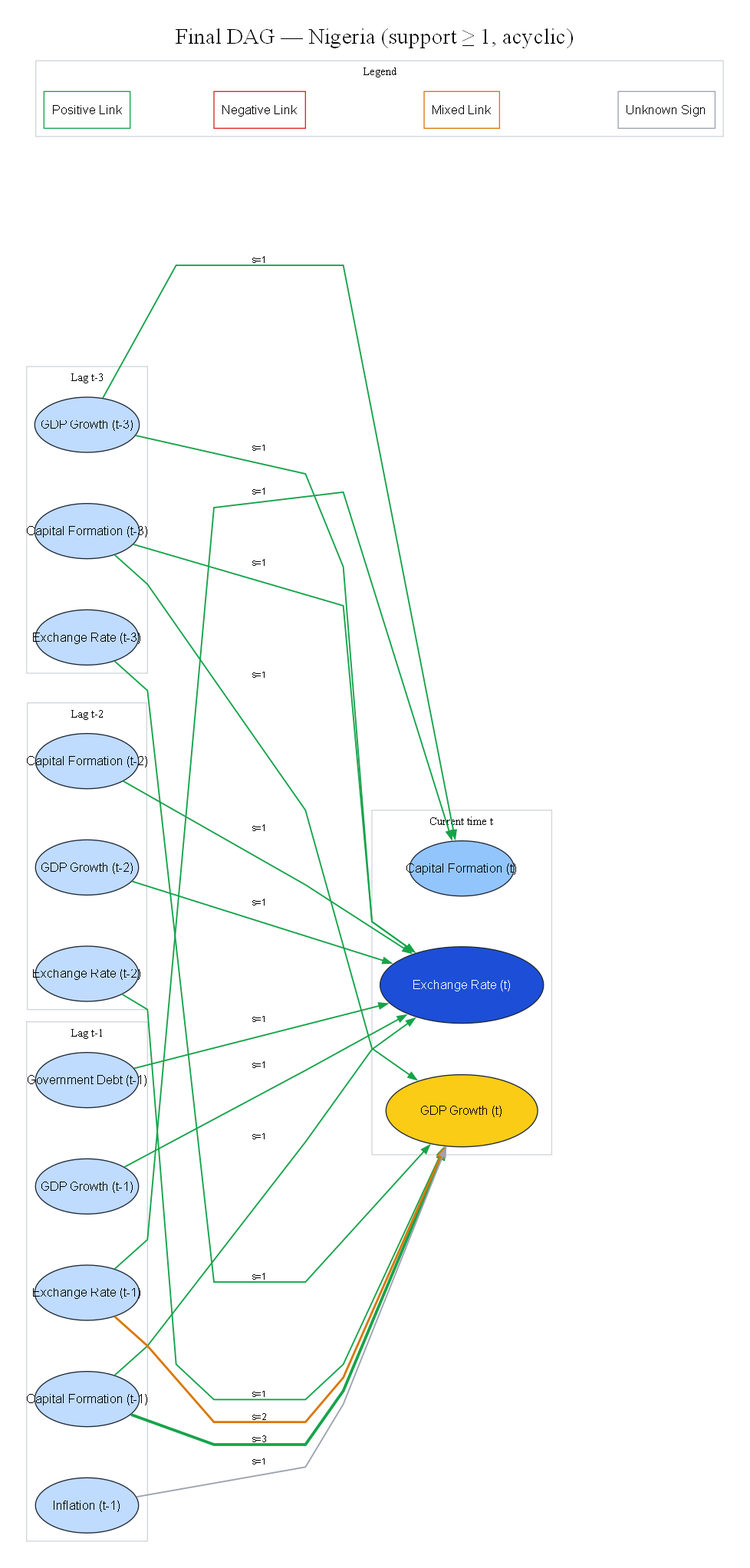
The Graphviz diagram reports/figures/phase3E_dag/Nigeria/dag_final_Nigeria.png in biabakuya/causal-ml-macroeconomic-analysis, before a commit. Its source is kept beside it as reports/figures/phase3E_dag/Nigeria/dag_final_Nigeria.dot.
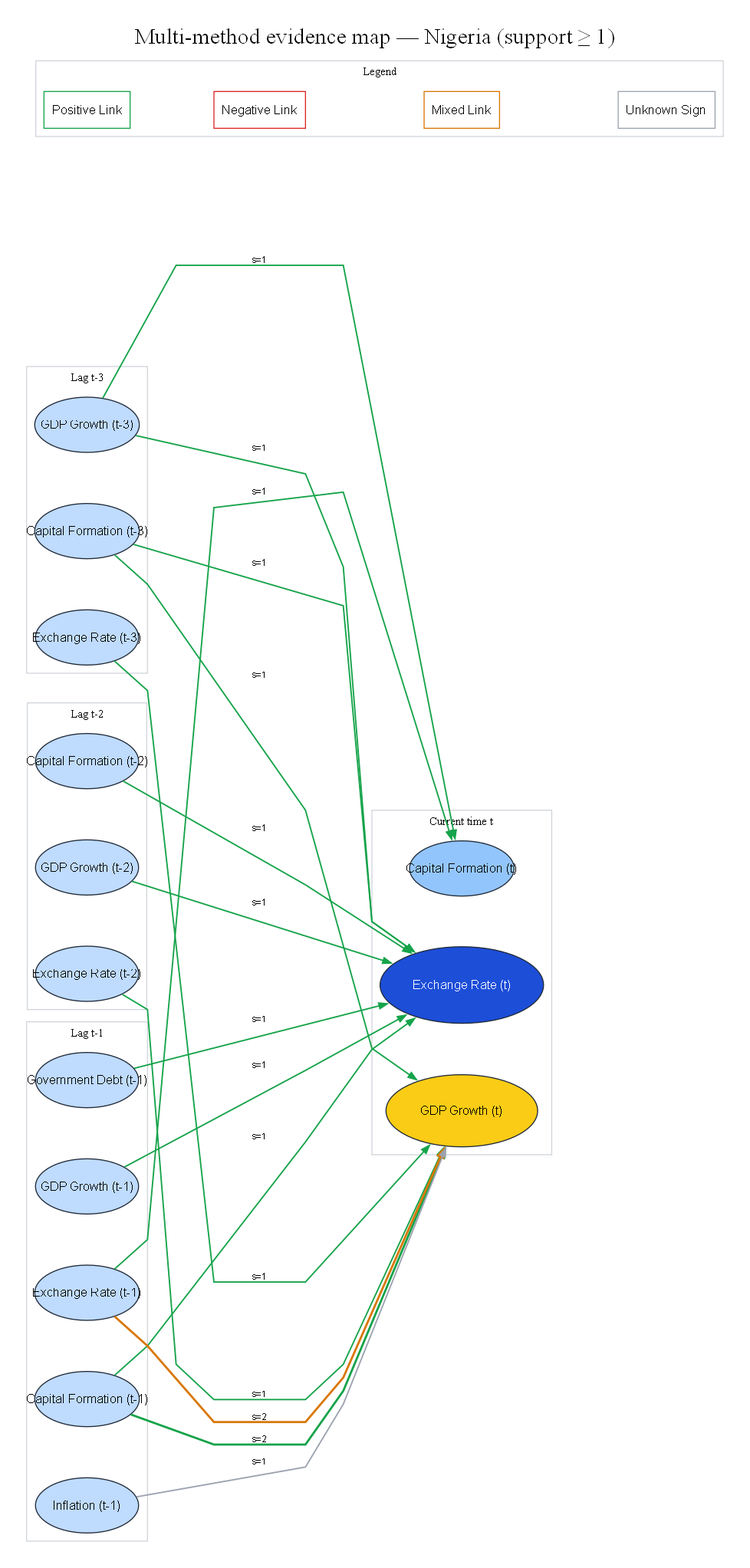
The same diagram one commit later.

Change to the diagram source:
```diff
@@ -1,5 +1,5 @@
 digraph DAG {
-	bgcolor=white fontsize=22 label="Final DAG — Nigeria (support ≥ 1, acyclic)" labelloc=t pad=0.25 rankdir=LR
+	bgcolor=white fontsize=22 label="Multi-method evidence map — Nigeria (support ≥ 1)" labelloc=t pad=0.25 rankdir=LR
 	graph [concentrate=false nodesep=0.7 overlap=false ranksep=1.0 splines=polyline]
 	node [color="#1f2937" fontname=Helvetica fontsize=12 shape=ellipse style=filled]
 	edge [arrowsize=0.8 fontname=Helvetica fontsize=9]
@@ -33,8 +33,8 @@
 		Exchange_Rate__t [label="Exchange Rate (t)" fillcolor="#1d4ed8" fixedsize=true fontcolor=white height=1.04 width=2.22]
 		GDP_Growth__t [label="GDP Growth (t)" fillcolor="#facc15" fixedsize=true fontcolor=black height=0.98 width=2.06]
 	}
-	"Capital_Formation__t-1" -> GDP_Growth__t [label="s=3" color="#16a34a" minlen=2 penwidth=2.8]
 	"Exchange_Rate__t-1" -> GDP_Growth__t [label="s=2" color="#d97706" minlen=2 penwidth=2.0999999999999996]
+	"Capital_Formation__t-1" -> GDP_Growth__t [label="s=2" color="#16a34a" minlen=2 penwidth=2.0999999999999996]
 	"Government_Debt__t-1" -> Exchange_Rate__t [label="s=1" color="#16a34a" minlen=2 penwidth=1.4]
 	"Exchange_Rate__t-3" -> GDP_Growth__t [label="s=1" color="#16a34a" minlen=2 penwidth=1.4]
 	"Exchange_Rate__t-2" -> GDP_Growth__t [label="s=1" color="#16a34a" minlen=2 penwidth=1.4]
```
